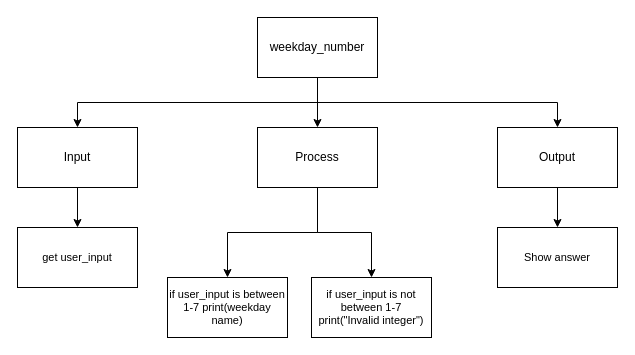
Aleksandr-Ten/ICS3U-Assignment-5-Python keeps this draw.io diagram as design.drawio. Above is the earlier version. Source tidied: cells renumbered, new cells numbered last; positions are measured from the earlier drawing's top-left corner, leaving out a move shared by most shapes. Both pictures are drawn from the tidied source at 100%, with x=0, y=0 at pixel (17, 17).
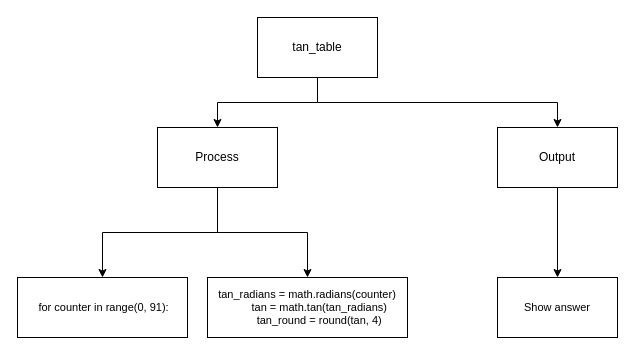
The same diagram, later.

Diff of the diagram source:
```diff
@@
 <mxGraphModel>
   <root>
     <mxCell id="0" />
     <mxCell id="1" parent="0" />
-    <mxCell id="2" style="edgeStyle=none;html=1;exitX=0.5;exitY=1;exitDx=0;exitDy=0;entryX=0.5;entryY=0;entryDx=0;entryDy=0;" parent="1" edge="1" source="5" target="8">
+    <mxCell id="2" style="edgeStyle=orthogonalEdgeStyle;html=1;exitX=0.5;exitY=1;exitDx=0;exitDy=0;entryX=0.5;entryY=0;entryDx=0;entryDy=0;rounded=0;" parent="1" edge="1" source="5" target="8">
       <mxGeometry relative="1" as="geometry" />
     </mxCell>
-    <mxCell id="3" style="edgeStyle=orthogonalEdgeStyle;html=1;exitX=0.5;exitY=1;exitDx=0;exitDy=0;entryX=0.5;entryY=0;entryDx=0;entryDy=0;rounded=0;" parent="1" edge="1" source="5" target="10">
-      <mxGeometry relative="1" as="geometry" />
-    </mxCell>
     <mxCell id="4" style="edgeStyle=orthogonalEdgeStyle;shape=connector;rounded=0;html=1;labelBackgroundColor=default;fontFamily=Helvetica;fontSize=11;fontColor=default;endArrow=classic;strokeColor=default;exitX=0.5;exitY=1;exitDx=0;exitDy=0;" parent="1" edge="1" source="5" target="12">
       <mxGeometry relative="1" as="geometry" />
     </mxCell>
-    <mxCell id="5" value="weekday_number" style="rounded=0;whiteSpace=wrap;html=1;" parent="1" vertex="1">
+    <mxCell id="5" value="tan_table" style="rounded=0;whiteSpace=wrap;html=1;" parent="1" vertex="1">
       <mxGeometry x="240" width="120" height="60" as="geometry" />
     </mxCell>
     <mxCell id="6" style="edgeStyle=orthogonalEdgeStyle;shape=connector;rounded=0;html=1;exitX=0.5;exitY=1;exitDx=0;exitDy=0;labelBackgroundColor=default;fontFamily=Helvetica;fontSize=11;fontColor=default;endArrow=classic;strokeColor=default;" parent="1" edge="1" source="8" target="14">
       <mxGeometry relative="1" as="geometry" />
     </mxCell>
     <mxCell id="7" style="edgeStyle=orthogonalEdgeStyle;shape=connector;rounded=0;html=1;labelBackgroundColor=default;fontFamily=Helvetica;fontSize=11;fontColor=default;endArrow=classic;strokeColor=default;" parent="1" edge="1" source="8" target="16">
       <mxGeometry relative="1" as="geometry" />
     </mxCell>
     <mxCell id="8" value="Process" style="rounded=0;whiteSpace=wrap;html=1;" parent="1" vertex="1">
-      <mxGeometry x="240" y="110" width="120" height="60" as="geometry" />
+      <mxGeometry x="140" y="110" width="120" height="60" as="geometry" />
     </mxCell>
-    <mxCell id="9" style="edgeStyle=orthogonalEdgeStyle;shape=connector;rounded=0;html=1;exitX=0.5;exitY=1;exitDx=0;exitDy=0;labelBackgroundColor=default;fontFamily=Helvetica;fontSize=11;fontColor=default;endArrow=classic;strokeColor=default;" parent="1" edge="1" source="10" target="13">
-      <mxGeometry relative="1" as="geometry" />
-    </mxCell>
-    <mxCell id="10" value="Input" style="rounded=0;whiteSpace=wrap;html=1;" parent="1" vertex="1">
-      <mxGeometry y="110" width="120" height="60" as="geometry" />
-    </mxCell>
     <mxCell id="11" style="edgeStyle=orthogonalEdgeStyle;shape=connector;rounded=0;html=1;labelBackgroundColor=default;fontFamily=Helvetica;fontSize=11;fontColor=default;endArrow=classic;strokeColor=default;" parent="1" edge="1" source="12" target="15">
       <mxGeometry relative="1" as="geometry" />
     </mxCell>
     <mxCell id="12" value="Output" style="rounded=0;whiteSpace=wrap;html=1;" parent="1" vertex="1">
       <mxGeometry x="480" y="110" width="120" height="60" as="geometry" />
     </mxCell>
-    <mxCell id="13" value="get user_input" style="rounded=0;whiteSpace=wrap;html=1;fontFamily=Helvetica;fontSize=11;fontColor=default;" parent="1" vertex="1">
-      <mxGeometry y="210" width="120" height="60" as="geometry" />
-    </mxCell>
-    <mxCell id="14" value="if user_input is between 1-7 print(weekday name)" style="rounded=0;whiteSpace=wrap;html=1;fontFamily=Helvetica;fontSize=11;fontColor=default;" parent="1" vertex="1">
-      <mxGeometry x="150" y="260" width="120" height="60" as="geometry" />
+    <mxCell id="14" value="&amp;nbsp;for counter in range(0, 91):" style="rounded=0;whiteSpace=wrap;html=1;fontFamily=Helvetica;fontSize=11;fontColor=default;" parent="1" vertex="1">
+      <mxGeometry y="260" width="170" height="60" as="geometry" />
     </mxCell>
     <mxCell id="15" value="Show answer" style="rounded=0;whiteSpace=wrap;html=1;fontFamily=Helvetica;fontSize=11;fontColor=default;" parent="1" vertex="1">
-      <mxGeometry x="480" y="210" width="120" height="60" as="geometry" />
+      <mxGeometry x="480" y="260" width="120" height="60" as="geometry" />
     </mxCell>
-    <mxCell id="16" value="if user_input is not between 1-7 print(&quot;Invalid integer&quot;)" style="rounded=0;whiteSpace=wrap;html=1;fontFamily=Helvetica;fontSize=11;fontColor=default;" parent="1" vertex="1">
-      <mxGeometry x="294" y="260" width="120" height="60" as="geometry" />
+    <mxCell id="16" value="&lt;div&gt;tan_radians = math.radians(counter)&lt;/div&gt;&lt;div&gt;&amp;nbsp; &amp;nbsp; &amp;nbsp; &amp;nbsp; tan = math.tan(tan_radians)&lt;/div&gt;&lt;div&gt;&amp;nbsp; &amp;nbsp; &amp;nbsp; &amp;nbsp; tan_round = round(tan, 4)&lt;/div&gt;" style="rounded=0;whiteSpace=wrap;html=1;fontFamily=Helvetica;fontSize=11;fontColor=default;" parent="1" vertex="1">
+      <mxGeometry x="190" y="260" width="200" height="60" as="geometry" />
     </mxCell>
   </root>
 </mxGraphModel>
```
